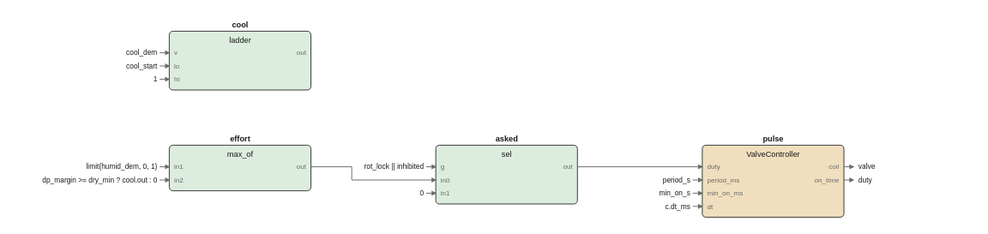
This is images/logic/skirt_fbd.drawio.svg from pstch/botanik2, a draw.io export, as it was before one commit. Source tidied: cells renumbered, new cells last; positions are measured from the earlier drawing's top-left corner, leaving out a move shared by most shapes.
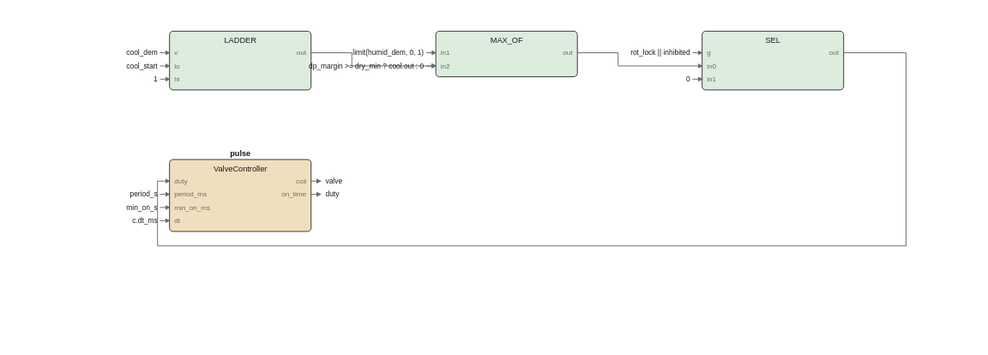
Above is the later version.

What changed in the source:
```diff
@@ -5,213 +5,220 @@
     <mxCell id="2" style="rounded=1;fillColor=#dcecdd;strokeColor=#1a1a1a;whiteSpace=wrap;html=1;fontSize=8;" parent="1" vertex="1">
       <mxGeometry x="10" y="10" width="118" height="49" as="geometry" />
     </mxCell>
-    <mxCell id="3" value="cool" style="text;html=1;fontSize=6;fontColor=#1a1a1a;align=center;fontStyle=1;" parent="1" vertex="1">
-      <mxGeometry x="69" y="0.4" width="40" height="10.6" as="geometry" />
+    <mxCell id="3" value="LADDER" style="text;html=1;fontSize=6;fontColor=#1a1a1a;align=center;" parent="1" vertex="1">
+      <mxGeometry x="69" y="13.4" width="40" height="10.6" as="geometry" />
     </mxCell>
-    <mxCell id="4" value="ladder" style="text;html=1;fontSize=6;fontColor=#1a1a1a;align=center;" parent="1" vertex="1">
-      <mxGeometry x="69" y="13.4" width="40" height="10.6" as="geometry" />
+    <mxCell id="4" value="v" style="text;html=1;fontSize=5;fontColor=#6b6b6b;align=left;" parent="1" vertex="1">
+      <mxGeometry x="14" y="24.2" width="40" height="9.8" as="geometry" />
     </mxCell>
-    <mxCell id="5" value="v" style="text;html=1;fontSize=5;fontColor=#6b6b6b;align=left;" parent="1" vertex="1">
-      <mxGeometry x="14" y="24.2" width="40" height="9.8" as="geometry" />
+    <mxCell id="5" value="lo" style="text;html=1;fontSize=5;fontColor=#6b6b6b;align=left;" parent="1" vertex="1">
+      <mxGeometry x="14" y="35.2" width="40" height="9.8" as="geometry" />
     </mxCell>
-    <mxCell id="6" value="lo" style="text;html=1;fontSize=5;fontColor=#6b6b6b;align=left;" parent="1" vertex="1">
-      <mxGeometry x="14" y="35.2" width="40" height="9.8" as="geometry" />
+    <mxCell id="6" value="hi" style="text;html=1;fontSize=5;fontColor=#6b6b6b;align=left;" parent="1" vertex="1">
+      <mxGeometry x="14" y="46.2" width="40" height="9.8" as="geometry" />
     </mxCell>
-    <mxCell id="7" value="hi" style="text;html=1;fontSize=5;fontColor=#6b6b6b;align=left;" parent="1" vertex="1">
-      <mxGeometry x="14" y="46.2" width="40" height="9.8" as="geometry" />
+    <mxCell id="7" value="out" style="text;html=1;fontSize=5;fontColor=#6b6b6b;align=left;" parent="1" vertex="1">
+      <mxGeometry x="124" y="24.2" width="40" height="9.8" as="geometry" />
     </mxCell>
-    <mxCell id="8" value="out" style="text;html=1;fontSize=5;fontColor=#6b6b6b;align=left;" parent="1" vertex="1">
-      <mxGeometry x="124" y="24.2" width="40" height="9.8" as="geometry" />
+    <mxCell id="8" style="rounded=1;fillColor=#dcecdd;strokeColor=#1a1a1a;whiteSpace=wrap;html=1;fontSize=8;" parent="1" vertex="1">
+      <mxGeometry x="232" y="10" width="118" height="38" as="geometry" />
     </mxCell>
-    <mxCell id="9" style="rounded=1;fillColor=#dcecdd;strokeColor=#1a1a1a;whiteSpace=wrap;html=1;fontSize=8;" parent="1" vertex="1">
-      <mxGeometry x="10" y="105" width="118" height="38" as="geometry" />
+    <mxCell id="9" value="MAX_OF" style="text;html=1;fontSize=6;fontColor=#1a1a1a;align=center;" parent="1" vertex="1">
+      <mxGeometry x="291" y="13.4" width="40" height="10.6" as="geometry" />
     </mxCell>
-    <mxCell id="10" value="effort" style="text;html=1;fontSize=6;fontColor=#1a1a1a;align=center;fontStyle=1;" parent="1" vertex="1">
-      <mxGeometry x="69" y="95.4" width="40" height="10.6" as="geometry" />
+    <mxCell id="10" value="in1" style="text;html=1;fontSize=5;fontColor=#6b6b6b;align=left;" parent="1" vertex="1">
+      <mxGeometry x="236" y="24.2" width="40" height="9.8" as="geometry" />
     </mxCell>
-    <mxCell id="11" value="max_of" style="text;html=1;fontSize=6;fontColor=#1a1a1a;align=center;" parent="1" vertex="1">
-      <mxGeometry x="69" y="108.4" width="40" height="10.6" as="geometry" />
+    <mxCell id="11" value="in2" style="text;html=1;fontSize=5;fontColor=#6b6b6b;align=left;" parent="1" vertex="1">
+      <mxGeometry x="236" y="35.2" width="40" height="9.8" as="geometry" />
     </mxCell>
-    <mxCell id="12" value="in1" style="text;html=1;fontSize=5;fontColor=#6b6b6b;align=left;" parent="1" vertex="1">
-      <mxGeometry x="14" y="119.2" width="40" height="9.8" as="geometry" />
+    <mxCell id="12" value="out" style="text;html=1;fontSize=5;fontColor=#6b6b6b;align=left;" parent="1" vertex="1">
+      <mxGeometry x="346" y="24.2" width="40" height="9.8" as="geometry" />
     </mxCell>
-    <mxCell id="13" value="in2" style="text;html=1;fontSize=5;fontColor=#6b6b6b;align=left;" parent="1" vertex="1">
-      <mxGeometry x="14" y="130.2" width="40" height="9.8" as="geometry" />
+    <mxCell id="13" style="rounded=1;fillColor=#dcecdd;strokeColor=#1a1a1a;whiteSpace=wrap;html=1;fontSize=8;" parent="1" vertex="1">
+      <mxGeometry x="454" y="10" width="118" height="49" as="geometry" />
     </mxCell>
-    <mxCell id="14" value="out" style="text;html=1;fontSize=5;fontColor=#6b6b6b;align=left;" parent="1" vertex="1">
-      <mxGeometry x="124" y="119.2" width="40" height="9.8" as="geometry" />
+    <mxCell id="14" value="SEL" style="text;html=1;fontSize=6;fontColor=#1a1a1a;align=center;" parent="1" vertex="1">
+      <mxGeometry x="513" y="13.4" width="40" height="10.6" as="geometry" />
     </mxCell>
-    <mxCell id="15" style="rounded=1;fillColor=#dcecdd;strokeColor=#1a1a1a;whiteSpace=wrap;html=1;fontSize=8;" parent="1" vertex="1">
-      <mxGeometry x="232" y="105" width="118" height="49" as="geometry" />
+    <mxCell id="15" value="g" style="text;html=1;fontSize=5;fontColor=#6b6b6b;align=left;" parent="1" vertex="1">
+      <mxGeometry x="458" y="24.2" width="40" height="9.8" as="geometry" />
     </mxCell>
-    <mxCell id="16" value="asked" style="text;html=1;fontSize=6;fontColor=#1a1a1a;align=center;fontStyle=1;" parent="1" vertex="1">
-      <mxGeometry x="291" y="95.4" width="40" height="10.6" as="geometry" />
+    <mxCell id="16" value="in0" style="text;html=1;fontSize=5;fontColor=#6b6b6b;align=left;" parent="1" vertex="1">
+      <mxGeometry x="458" y="35.2" width="40" height="9.8" as="geometry" />
     </mxCell>
-    <mxCell id="17" value="sel" style="text;html=1;fontSize=6;fontColor=#1a1a1a;align=center;" parent="1" vertex="1">
-      <mxGeometry x="291" y="108.4" width="40" height="10.6" as="geometry" />
+    <mxCell id="17" value="in1" style="text;html=1;fontSize=5;fontColor=#6b6b6b;align=left;" parent="1" vertex="1">
+      <mxGeometry x="458" y="46.2" width="40" height="9.8" as="geometry" />
     </mxCell>
-    <mxCell id="18" value="g" style="text;html=1;fontSize=5;fontColor=#6b6b6b;align=left;" parent="1" vertex="1">
-      <mxGeometry x="236" y="119.2" width="40" height="9.8" as="geometry" />
+    <mxCell id="18" value="out" style="text;html=1;fontSize=5;fontColor=#6b6b6b;align=left;" parent="1" vertex="1">
+      <mxGeometry x="568" y="24.2" width="40" height="9.8" as="geometry" />
     </mxCell>
-    <mxCell id="19" value="in0" style="text;html=1;fontSize=5;fontColor=#6b6b6b;align=left;" parent="1" vertex="1">
-      <mxGeometry x="236" y="130.2" width="40" height="9.8" as="geometry" />
+    <mxCell id="19" style="rounded=1;fillColor=#f0dfbe;strokeColor=#1a1a1a;whiteSpace=wrap;html=1;fontSize=8;" parent="1" vertex="1">
+      <mxGeometry x="10" y="117" width="118" height="60" as="geometry" />
     </mxCell>
-    <mxCell id="20" value="in1" style="text;html=1;fontSize=5;fontColor=#6b6b6b;align=left;" parent="1" vertex="1">
-      <mxGeometry x="236" y="141.2" width="40" height="9.8" as="geometry" />
+    <mxCell id="20" value="pulse" style="text;html=1;fontSize=6;fontColor=#1a1a1a;align=center;fontStyle=1;" parent="1" vertex="1">
+      <mxGeometry x="69" y="107.4" width="40" height="10.6" as="geometry" />
     </mxCell>
-    <mxCell id="21" value="out" style="text;html=1;fontSize=5;fontColor=#6b6b6b;align=left;" parent="1" vertex="1">
-      <mxGeometry x="346" y="119.2" width="40" height="9.8" as="geometry" />
+    <mxCell id="21" value="ValveController" style="text;html=1;fontSize=6;fontColor=#1a1a1a;align=center;" parent="1" vertex="1">
+      <mxGeometry x="69" y="120.4" width="75" height="10.6" as="geometry" />
     </mxCell>
-    <mxCell id="22" style="rounded=1;fillColor=#f0dfbe;strokeColor=#1a1a1a;whiteSpace=wrap;html=1;fontSize=8;" parent="1" vertex="1">
-      <mxGeometry x="454" y="105" width="118" height="60" as="geometry" />
+    <mxCell id="22" value="duty" style="text;html=1;fontSize=5;fontColor=#6b6b6b;align=left;" parent="1" vertex="1">
+      <mxGeometry x="14" y="131.2" width="40" height="9.8" as="geometry" />
     </mxCell>
-    <mxCell id="23" value="pulse" style="text;html=1;fontSize=6;fontColor=#1a1a1a;align=center;fontStyle=1;" parent="1" vertex="1">
-      <mxGeometry x="513" y="95.4" width="40" height="10.6" as="geometry" />
+    <mxCell id="23" value="period_ms" style="text;html=1;fontSize=5;fontColor=#6b6b6b;align=left;" parent="1" vertex="1">
+      <mxGeometry x="14" y="142.2" width="45" height="9.8" as="geometry" />
     </mxCell>
-    <mxCell id="24" value="ValveController" style="text;html=1;fontSize=6;fontColor=#1a1a1a;align=center;" parent="1" vertex="1">
-      <mxGeometry x="513" y="108.4" width="75" height="10.6" as="geometry" />
+    <mxCell id="24" value="min_on_ms" style="text;html=1;fontSize=5;fontColor=#6b6b6b;align=left;" parent="1" vertex="1">
+      <mxGeometry x="14" y="153.2" width="45" height="9.8" as="geometry" />
     </mxCell>
-    <mxCell id="25" value="duty" style="text;html=1;fontSize=5;fontColor=#6b6b6b;align=left;" parent="1" vertex="1">
-      <mxGeometry x="458" y="119.2" width="40" height="9.8" as="geometry" />
+    <mxCell id="25" value="dt" style="text;html=1;fontSize=5;fontColor=#6b6b6b;align=left;" parent="1" vertex="1">
+      <mxGeometry x="14" y="164.2" width="40" height="9.8" as="geometry" />
     </mxCell>
-    <mxCell id="26" value="period_ms" style="text;html=1;fontSize=5;fontColor=#6b6b6b;align=left;" parent="1" vertex="1">
-      <mxGeometry x="458" y="130.2" width="45" height="9.8" as="geometry" />
+    <mxCell id="26" value="coil" style="text;html=1;fontSize=5;fontColor=#6b6b6b;align=left;" parent="1" vertex="1">
+      <mxGeometry x="124" y="131.2" width="40" height="9.8" as="geometry" />
     </mxCell>
-    <mxCell id="27" value="min_on_ms" style="text;html=1;fontSize=5;fontColor=#6b6b6b;align=left;" parent="1" vertex="1">
-      <mxGeometry x="458" y="141.2" width="45" height="9.8" as="geometry" />
+    <mxCell id="27" value="on_time" style="text;html=1;fontSize=5;fontColor=#6b6b6b;align=left;" parent="1" vertex="1">
+      <mxGeometry x="124" y="142.2" width="40" height="9.8" as="geometry" />
     </mxCell>
-    <mxCell id="28" value="dt" style="text;html=1;fontSize=5;fontColor=#6b6b6b;align=left;" parent="1" vertex="1">
-      <mxGeometry x="458" y="152.2" width="40" height="9.8" as="geometry" />
-    </mxCell>
-    <mxCell id="29" value="coil" style="text;html=1;fontSize=5;fontColor=#6b6b6b;align=left;" parent="1" vertex="1">
-      <mxGeometry x="568" y="119.2" width="40" height="9.8" as="geometry" />
-    </mxCell>
-    <mxCell id="30" value="on_time" style="text;html=1;fontSize=5;fontColor=#6b6b6b;align=left;" parent="1" vertex="1">
-      <mxGeometry x="568" y="130.2" width="40" height="9.8" as="geometry" />
-    </mxCell>
-    <mxCell id="31" style="edgeStyle=none;html=1;strokeColor=#6b6b6b;endArrow=block;" parent="1" edge="1">
-      <mxGeometry relative="1" as="geometry">
-        <mxPoint x="128" y="123" as="sourcePoint" />
-        <mxPoint x="232" y="134" as="targetPoint" />
-        <Array as="points">
-          <mxPoint x="162" y="123" />
-          <mxPoint x="162" y="134" />
-        </Array>
-      </mxGeometry>
-    </mxCell>
+    <mxCell id="57" style="edgeStyle=none;html=1;strokeColor=#6b6b6b;endArrow=block;" parent="1" edge="1">
+      <mxGeometry relative="1" as="geometry">
+        <mxPoint x="128" y="28" as="sourcePoint" />
+        <mxPoint x="232" y="39" as="targetPoint" />
+        <Array as="points">
+          <mxPoint x="162" y="28" />
+          <mxPoint x="162" y="39" />
+        </Array>
+      </mxGeometry>
+    </mxCell>
+    <mxCell id="58" style="edgeStyle=none;html=1;strokeColor=#6b6b6b;endArrow=block;" parent="1" edge="1">
+      <mxGeometry relative="1" as="geometry">
+        <mxPoint x="350" y="28" as="sourcePoint" />
+        <mxPoint x="454" y="39" as="targetPoint" />
+        <Array as="points">
+          <mxPoint x="384" y="28" />
+          <mxPoint x="384" y="39" />
+        </Array>
+      </mxGeometry>
+    </mxCell>
+    <mxCell id="59" style="edgeStyle=none;html=1;strokeColor=#6b6b6b;endArrow=block;" parent="1" edge="1">
+      <mxGeometry relative="1" as="geometry">
+        <mxPoint x="572" y="28" as="sourcePoint" />
+        <mxPoint x="10" y="135" as="targetPoint" />
+        <Array as="points">
+          <mxPoint x="624" y="28" />
+          <mxPoint x="624" y="189" />
+          <mxPoint y="189" />
+          <mxPoint y="135" />
+        </Array>
+      </mxGeometry>
+    </mxCell>
+    <mxCell id="60" value="cool_dem" style="text;html=1;fontSize=6;fontColor=#1a1a1a;align=left;" parent="1" vertex="1">
+      <mxGeometry y="24" width="40" height="10" as="geometry" />
+    </mxCell>
     <mxCell id="32" style="edgeStyle=none;html=1;strokeColor=#6b6b6b;endArrow=block;" parent="1" edge="1">
       <mxGeometry relative="1" as="geometry">
-        <mxPoint x="350" y="123" as="sourcePoint" />
-        <mxPoint x="454" y="123" as="targetPoint" />
+        <mxPoint x="2" y="28" as="sourcePoint" />
+        <mxPoint x="10" y="28" as="targetPoint" />
       </mxGeometry>
     </mxCell>
-    <mxCell id="33" value="cool_dem" style="text;html=1;fontSize=6;fontColor=#1a1a1a;align=left;" parent="1" vertex="1">
-      <mxGeometry y="24" width="40" height="10" as="geometry" />
+    <mxCell id="33" value="cool_start" style="text;html=1;fontSize=6;fontColor=#1a1a1a;align=left;" parent="1" vertex="1">
+      <mxGeometry y="35" width="50" height="10" as="geometry" />
     </mxCell>
     <mxCell id="34" style="edgeStyle=none;html=1;strokeColor=#6b6b6b;endArrow=block;" parent="1" edge="1">
       <mxGeometry relative="1" as="geometry">
-        <mxPoint x="2" y="28" as="sourcePoint" />
-        <mxPoint x="10" y="28" as="targetPoint" />
+        <mxPoint x="2" y="39" as="sourcePoint" />
+        <mxPoint x="10" y="39" as="targetPoint" />
       </mxGeometry>
     </mxCell>
-    <mxCell id="35" value="cool_start" style="text;html=1;fontSize=6;fontColor=#1a1a1a;align=left;" parent="1" vertex="1">
-      <mxGeometry y="35" width="50" height="10" as="geometry" />
+    <mxCell id="35" value="1" style="text;html=1;fontSize=6;fontColor=#1a1a1a;align=left;" parent="1" vertex="1">
+      <mxGeometry y="46" width="40" height="10" as="geometry" />
     </mxCell>
     <mxCell id="36" style="edgeStyle=none;html=1;strokeColor=#6b6b6b;endArrow=block;" parent="1" edge="1">
       <mxGeometry relative="1" as="geometry">
-        <mxPoint x="2" y="39" as="sourcePoint" />
-        <mxPoint x="10" y="39" as="targetPoint" />
+        <mxPoint x="2" y="50" as="sourcePoint" />
+        <mxPoint x="10" y="50" as="targetPoint" />
       </mxGeometry>
     </mxCell>
-    <mxCell id="37" value="1" style="text;html=1;fontSize=6;fontColor=#1a1a1a;align=left;" parent="1" vertex="1">
-      <mxGeometry y="46" width="40" height="10" as="geometry" />
+    <mxCell id="37" value="limit(humid_dem, 0, 1)" style="text;html=1;fontSize=6;fontColor=#1a1a1a;align=left;" parent="1" vertex="1">
+      <mxGeometry x="222" y="24" width="110" height="10" as="geometry" />
     </mxCell>
     <mxCell id="38" style="edgeStyle=none;html=1;strokeColor=#6b6b6b;endArrow=block;" parent="1" edge="1">
       <mxGeometry relative="1" as="geometry">
-        <mxPoint x="2" y="50" as="sourcePoint" />
-        <mxPoint x="10" y="50" as="targetPoint" />
+        <mxPoint x="224" y="28" as="sourcePoint" />
+        <mxPoint x="232" y="28" as="targetPoint" />
       </mxGeometry>
     </mxCell>
-    <mxCell id="39" value="limit(humid_dem, 0, 1)" style="text;html=1;fontSize=6;fontColor=#1a1a1a;align=left;" parent="1" vertex="1">
-      <mxGeometry y="119" width="110" height="10" as="geometry" />
+    <mxCell id="39" value="dp_margin &gt;= dry_min ? cool.out : 0" style="text;html=1;fontSize=6;fontColor=#1a1a1a;align=left;" parent="1" vertex="1">
+      <mxGeometry x="222" y="35" width="175" height="10" as="geometry" />
     </mxCell>
     <mxCell id="40" style="edgeStyle=none;html=1;strokeColor=#6b6b6b;endArrow=block;" parent="1" edge="1">
       <mxGeometry relative="1" as="geometry">
-        <mxPoint x="2" y="123" as="sourcePoint" />
-        <mxPoint x="10" y="123" as="targetPoint" />
+        <mxPoint x="224" y="39" as="sourcePoint" />
+        <mxPoint x="232" y="39" as="targetPoint" />
       </mxGeometry>
     </mxCell>
-    <mxCell id="41" value="dp_margin &gt;= dry_min ? cool.out : 0" style="text;html=1;fontSize=6;fontColor=#1a1a1a;align=left;" parent="1" vertex="1">
-      <mxGeometry y="130" width="175" height="10" as="geometry" />
+    <mxCell id="41" value="rot_lock || inhibited" style="text;html=1;fontSize=6;fontColor=#1a1a1a;align=left;" parent="1" vertex="1">
+      <mxGeometry x="444" y="24" width="105" height="10" as="geometry" />
     </mxCell>
     <mxCell id="42" style="edgeStyle=none;html=1;strokeColor=#6b6b6b;endArrow=block;" parent="1" edge="1">
       <mxGeometry relative="1" as="geometry">
-        <mxPoint x="2" y="134" as="sourcePoint" />
-        <mxPoint x="10" y="134" as="targetPoint" />
+        <mxPoint x="446" y="28" as="sourcePoint" />
+        <mxPoint x="454" y="28" as="targetPoint" />
       </mxGeometry>
     </mxCell>
-    <mxCell id="43" value="rot_lock || inhibited" style="text;html=1;fontSize=6;fontColor=#1a1a1a;align=left;" parent="1" vertex="1">
-      <mxGeometry x="222" y="119" width="105" height="10" as="geometry" />
+    <mxCell id="43" value="0" style="text;html=1;fontSize=6;fontColor=#1a1a1a;align=left;" parent="1" vertex="1">
+      <mxGeometry x="444" y="46" width="40" height="10" as="geometry" />
     </mxCell>
     <mxCell id="44" style="edgeStyle=none;html=1;strokeColor=#6b6b6b;endArrow=block;" parent="1" edge="1">
       <mxGeometry relative="1" as="geometry">
-        <mxPoint x="224" y="123" as="sourcePoint" />
-        <mxPoint x="232" y="123" as="targetPoint" />
+        <mxPoint x="446" y="50" as="sourcePoint" />
+        <mxPoint x="454" y="50" as="targetPoint" />
       </mxGeometry>
     </mxCell>
-    <mxCell id="45" value="0" style="text;html=1;fontSize=6;fontColor=#1a1a1a;align=left;" parent="1" vertex="1">
-      <mxGeometry x="222" y="141" width="40" height="10" as="geometry" />
+    <mxCell id="45" value="period_s" style="text;html=1;fontSize=6;fontColor=#1a1a1a;align=left;" parent="1" vertex="1">
+      <mxGeometry y="142" width="40" height="10" as="geometry" />
     </mxCell>
     <mxCell id="46" style="edgeStyle=none;html=1;strokeColor=#6b6b6b;endArrow=block;" parent="1" edge="1">
       <mxGeometry relative="1" as="geometry">
-        <mxPoint x="224" y="145" as="sourcePoint" />
-        <mxPoint x="232" y="145" as="targetPoint" />
+        <mxPoint x="2" y="146" as="sourcePoint" />
+        <mxPoint x="10" y="146" as="targetPoint" />
       </mxGeometry>
     </mxCell>
-    <mxCell id="47" value="period_s" style="text;html=1;fontSize=6;fontColor=#1a1a1a;align=left;" parent="1" vertex="1">
-      <mxGeometry x="444" y="130" width="40" height="10" as="geometry" />
+    <mxCell id="47" value="min_on_s" style="text;html=1;fontSize=6;fontColor=#1a1a1a;align=left;" parent="1" vertex="1">
+      <mxGeometry y="153" width="40" height="10" as="geometry" />
     </mxCell>
     <mxCell id="48" style="edgeStyle=none;html=1;strokeColor=#6b6b6b;endArrow=block;" parent="1" edge="1">
       <mxGeometry relative="1" as="geometry">
-        <mxPoint x="446" y="134" as="sourcePoint" />
-        <mxPoint x="454" y="134" as="targetPoint" />
+        <mxPoint x="2" y="157" as="sourcePoint" />
+        <mxPoint x="10" y="157" as="targetPoint" />
       </mxGeometry>
     </mxCell>
-    <mxCell id="49" value="min_on_s" style="text;html=1;fontSize=6;fontColor=#1a1a1a;align=left;" parent="1" vertex="1">
-      <mxGeometry x="444" y="141" width="40" height="10" as="geometry" />
+    <mxCell id="49" value="c.dt_ms" style="text;html=1;fontSize=6;fontColor=#1a1a1a;align=left;" parent="1" vertex="1">
+      <mxGeometry y="164" width="40" height="10" as="geometry" />
     </mxCell>
     <mxCell id="50" style="edgeStyle=none;html=1;strokeColor=#6b6b6b;endArrow=block;" parent="1" edge="1">
       <mxGeometry relative="1" as="geometry">
-        <mxPoint x="446" y="145" as="sourcePoint" />
-        <mxPoint x="454" y="145" as="targetPoint" />
+        <mxPoint x="2" y="168" as="sourcePoint" />
+        <mxPoint x="10" y="168" as="targetPoint" />
       </mxGeometry>
     </mxCell>
-    <mxCell id="51" value="c.dt_ms" style="text;html=1;fontSize=6;fontColor=#1a1a1a;align=left;" parent="1" vertex="1">
-      <mxGeometry x="444" y="152" width="40" height="10" as="geometry" />
-    </mxCell>
-    <mxCell id="52" style="edgeStyle=none;html=1;strokeColor=#6b6b6b;endArrow=block;" parent="1" edge="1">
-      <mxGeometry relative="1" as="geometry">
-        <mxPoint x="446" y="156" as="sourcePoint" />
-        <mxPoint x="454" y="156" as="targetPoint" />
-      </mxGeometry>
-    </mxCell>
+    <mxCell id="61" style="edgeStyle=none;html=1;strokeColor=#6b6b6b;endArrow=block;" parent="1" edge="1">
+      <mxGeometry relative="1" as="geometry">
+        <mxPoint x="128" y="135" as="sourcePoint" />
+        <mxPoint x="136" y="135" as="targetPoint" />
+      </mxGeometry>
+    </mxCell>
+    <mxCell id="62" value="valve" style="text;html=1;fontSize=6;fontColor=#1a1a1a;align=left;" parent="1" vertex="1">
+      <mxGeometry x="140" y="131" width="40" height="10" as="geometry" />
+    </mxCell>
     <mxCell id="53" style="edgeStyle=none;html=1;strokeColor=#6b6b6b;endArrow=block;" parent="1" edge="1">
       <mxGeometry relative="1" as="geometry">
-        <mxPoint x="572" y="123" as="sourcePoint" />
-        <mxPoint x="580" y="123" as="targetPoint" />
+        <mxPoint x="128" y="146" as="sourcePoint" />
+        <mxPoint x="136" y="146" as="targetPoint" />
       </mxGeometry>
     </mxCell>
-    <mxCell id="54" value="valve" style="text;html=1;fontSize=6;fontColor=#1a1a1a;align=left;" parent="1" vertex="1">
-      <mxGeometry x="584" y="119" width="40" height="10" as="geometry" />
+    <mxCell id="54" value="duty" style="text;html=1;fontSize=6;fontColor=#1a1a1a;align=left;" parent="1" vertex="1">
+      <mxGeometry x="140" y="142" width="40" height="10" as="geometry" />
     </mxCell>
-    <mxCell id="55" style="edgeStyle=none;html=1;strokeColor=#6b6b6b;endArrow=block;" parent="1" edge="1">
-      <mxGeometry relative="1" as="geometry">
-        <mxPoint x="572" y="134" as="sourcePoint" />
-        <mxPoint x="580" y="134" as="targetPoint" />
-      </mxGeometry>
-    </mxCell>
-    <mxCell id="56" value="duty" style="text;html=1;fontSize=6;fontColor=#1a1a1a;align=left;" parent="1" vertex="1">
-      <mxGeometry x="584" y="130" width="40" height="10" as="geometry" />
-    </mxCell>
   </root>
 </mxGraphModel>
```
